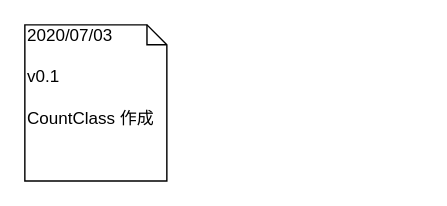
The draw.io diagram page "変更履歴" (6 of 6) of 資料/設計/フローチャート/CountClass/flowchart_CountClass_v0.1.drawio in hakohumi/comp.Kitchen_Timer, before the edit. Source tidied: cells renumbered, new cells numbered last; positions are measured from the earlier drawing's top-left corner, leaving out a move shared by most shapes. Both pictures are drawn from the tidied source at 142%, with x=0, y=0 at pixel (24, 24).
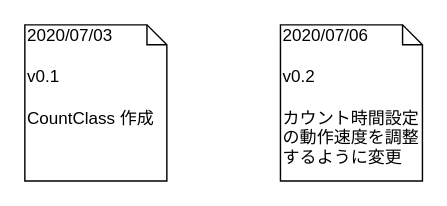
After the change.

The edit, as a diff of the source:
```diff
@@
 <mxGraphModel>
   <root>
     <mxCell id="0" />
     <mxCell id="1" parent="0" />
     <mxCell id="2" value="2020/07/03&lt;br&gt;&lt;br&gt;v0.1&lt;br&gt;&lt;br&gt;CountClass 作成" style="shape=note;whiteSpace=wrap;html=1;size=14;verticalAlign=top;align=left;spacingTop=-6;" parent="1" vertex="1">
       <mxGeometry width="100" height="110" as="geometry" />
     </mxCell>
+    <mxCell id="3" value="2020/07/06&lt;br&gt;&lt;br&gt;v0.2&lt;br&gt;&lt;br&gt;カウント時間設定の動作速度を調整するように変更" style="shape=note;whiteSpace=wrap;html=1;size=14;verticalAlign=top;align=left;spacingTop=-6;" parent="1" vertex="1">
+      <mxGeometry x="180" width="100" height="110" as="geometry" />
+    </mxCell>
   </root>
 </mxGraphModel>
```
